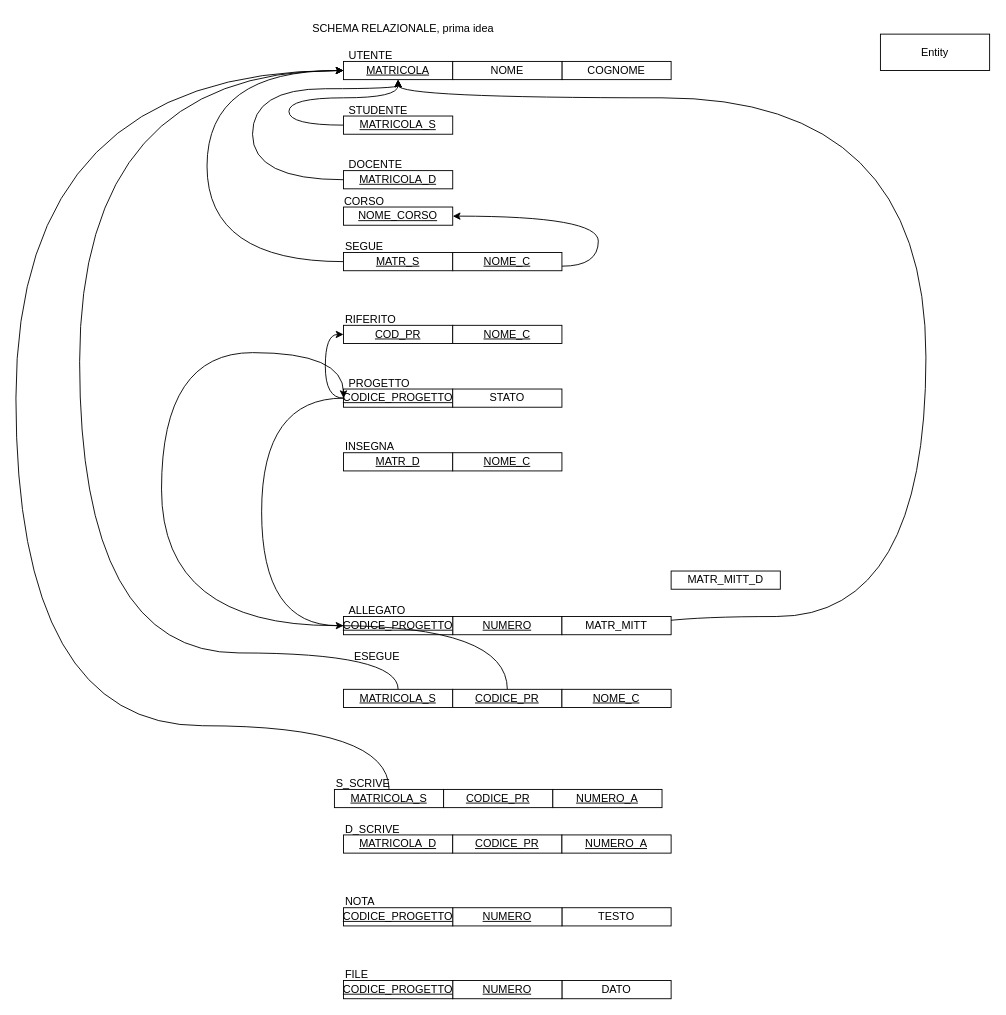
Above: page "Page-4" (4 of 4) of prisa_eer.drawio in Cippo95/prisa (draw.io), before the change. Source tidied: cells renumbered, new cells numbered last; positions are measured from the earlier drawing's top-left corner, leaving out a move shared by most shapes. Both pictures are drawn from the tidied source at 91%, with x=0, y=0 at pixel (15, 15).
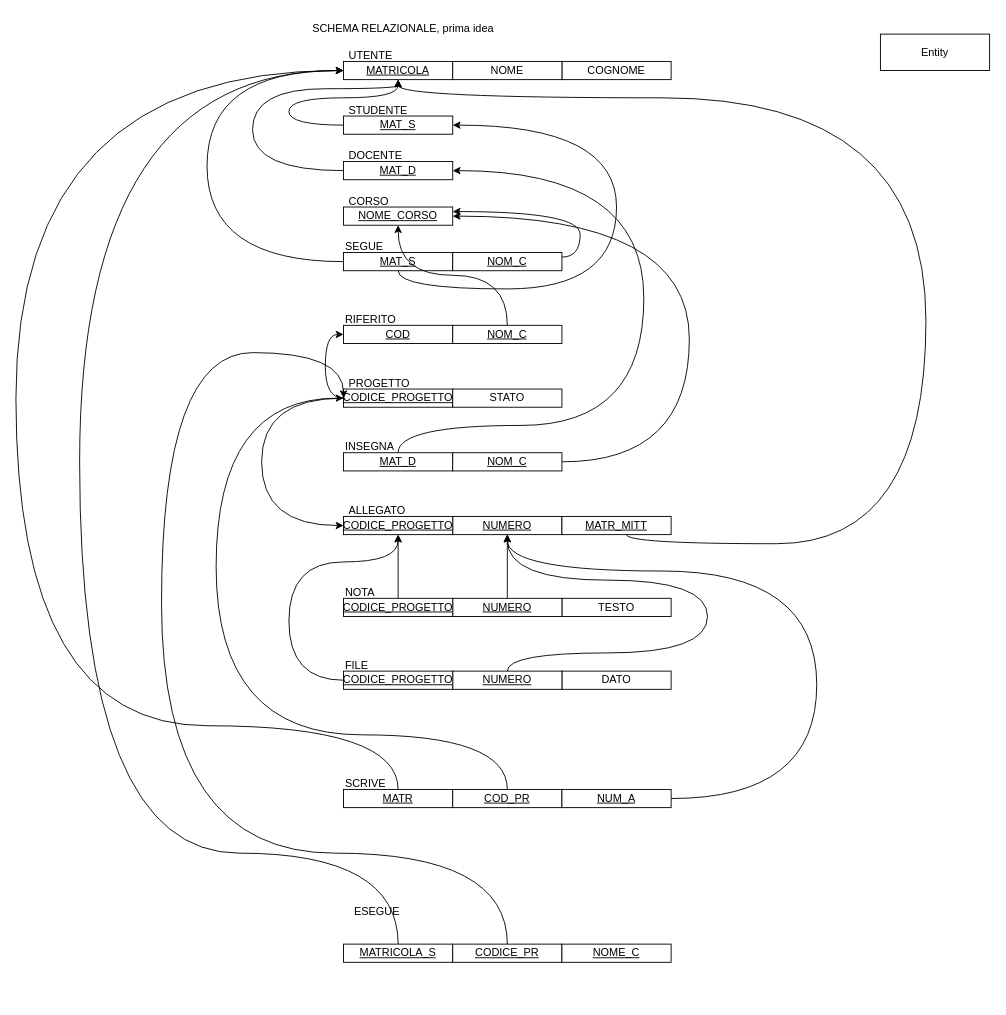
Above is the later version.

Unchanged cells that the change refers to:
```xml
<mxCell id="4" value="&lt;u&gt;MATRICOLA&lt;/u&gt;" style="whiteSpace=wrap;html=1;align=center;" parent="1" vertex="1">
  <mxGeometry x="360" y="50" width="120" height="20" as="geometry" />
</mxCell>
<mxCell id="6" value="&lt;u&gt;NOME_CORSO&lt;/u&gt;" style="whiteSpace=wrap;html=1;align=center;" parent="1" vertex="1">
  <mxGeometry x="360" y="210" width="120" height="20" as="geometry" />
</mxCell>
<mxCell id="7" value="&lt;u&gt;CODICE_PROGETTO&lt;/u&gt;" style="whiteSpace=wrap;html=1;align=center;" parent="1" vertex="1">
  <mxGeometry x="360" y="410" width="120" height="20" as="geometry" />
</mxCell>
```

Change to the diagram source:
```diff
@@
     <mxCell id="3" style="edgeStyle=orthogonalEdgeStyle;curved=1;rounded=0;jettySize=auto;html=1;startArrow=classic;startFill=1;endArrow=none;endFill=0;entryX=0.592;entryY=1;entryDx=0;entryDy=0;entryPerimeter=0;" parent="1" edge="1" source="4" target="21">
       <mxGeometry relative="1" as="geometry">
         <Array as="points">
           <mxPoint x="420" y="90" />
           <mxPoint x="1000" y="90" />
-          <mxPoint x="1000" y="660" />
-          <mxPoint x="671" y="660" />
+          <mxPoint x="1000" y="580" />
+          <mxPoint x="671" y="580" />
         </Array>
       </mxGeometry>
     </mxCell>
@@
-    <mxCell id="5" style="edgeStyle=orthogonalEdgeStyle;curved=1;rounded=0;jettySize=auto;html=1;entryX=1;entryY=0.75;entryDx=0;entryDy=0;startArrow=classic;startFill=1;endArrow=none;endFill=0;" parent="1" edge="1" source="6" target="35">
-      <mxGeometry relative="1" as="geometry">
-        <Array as="points">
-          <mxPoint x="420" y="220" />
-          <mxPoint x="640" y="220" />
-          <mxPoint x="640" y="275" />
-        </Array>
-      </mxGeometry>
-    </mxCell>
@@
     <mxCell id="8" value="&lt;u&gt;NUMERO&lt;/u&gt;" style="whiteSpace=wrap;html=1;align=center;" parent="1" vertex="1">
-      <mxGeometry x="480" y="660" width="120" height="20" as="geometry" />
+      <mxGeometry x="480" y="550" width="120" height="20" as="geometry" />
     </mxCell>
@@
     <mxCell id="11" value="CORSO" style="text;strokeColor=none;fillColor=none;spacingLeft=4;spacingRight=4;overflow=hidden;fontSize=12;" parent="1" vertex="1">
-      <mxGeometry x="355" y="190" width="70" height="20" as="geometry" />
+      <mxGeometry x="360" y="190" width="70" height="20" as="geometry" />
     </mxCell>
@@
     <mxCell id="13" value="ALLEGATO" style="text;strokeColor=none;fillColor=none;spacingLeft=4;spacingRight=4;overflow=hidden;fontSize=12;" parent="1" vertex="1">
-      <mxGeometry x="360" y="640" width="80" height="30" as="geometry" />
+      <mxGeometry x="360" y="530" width="80" height="30" as="geometry" />
     </mxCell>
@@
     <mxCell id="15" value="&lt;u&gt;CODICE_PROGETTO&lt;/u&gt;" style="whiteSpace=wrap;html=1;align=center;" parent="1" vertex="1">
-      <mxGeometry x="360" y="660" width="120" height="20" as="geometry" />
+      <mxGeometry x="360" y="550" width="120" height="20" as="geometry" />
     </mxCell>
+    <mxCell id="61" style="edgeStyle=orthogonalEdgeStyle;curved=1;rounded=0;jettySize=auto;html=1;entryX=1;entryY=0.5;entryDx=0;entryDy=0;endSize=6;" parent="1" edge="1" source="16" target="56">
+      <mxGeometry relative="1" as="geometry">
+        <Array as="points">
+          <mxPoint x="420" y="300" />
+          <mxPoint x="660" y="300" />
+          <mxPoint x="660" y="120" />
+        </Array>
+      </mxGeometry>
+    </mxCell>
-    <mxCell id="16" value="&lt;u&gt;MATR_S&lt;/u&gt;" style="whiteSpace=wrap;html=1;align=center;" parent="1" vertex="1">
+    <mxCell id="16" value="&lt;u&gt;MAT_S&lt;/u&gt;" style="whiteSpace=wrap;html=1;align=center;" parent="1" vertex="1">
       <mxGeometry x="360" y="260" width="120" height="20" as="geometry" />
     </mxCell>
+    <mxCell id="62" style="edgeStyle=orthogonalEdgeStyle;curved=1;rounded=0;jettySize=auto;html=1;entryX=1;entryY=0.5;entryDx=0;entryDy=0;endSize=6;" parent="1" edge="1" source="17" target="59">
+      <mxGeometry relative="1" as="geometry">
+        <Array as="points">
+          <mxPoint x="420" y="450" />
+          <mxPoint x="690" y="450" />
+          <mxPoint x="690" y="170" />
+        </Array>
+      </mxGeometry>
+    </mxCell>
-    <mxCell id="17" value="&lt;u&gt;MATR_D&lt;/u&gt;" style="whiteSpace=wrap;html=1;align=center;" parent="1" vertex="1">
+    <mxCell id="17" value="&lt;u&gt;MAT_D&lt;/u&gt;" style="whiteSpace=wrap;html=1;align=center;" parent="1" vertex="1">
       <mxGeometry x="360" y="480" width="120" height="20" as="geometry" />
     </mxCell>
@@
-    <mxCell id="19" value="&lt;u&gt;COD_PR&lt;/u&gt;" style="whiteSpace=wrap;html=1;align=center;" parent="1" vertex="1">
+    <mxCell id="19" value="&lt;u&gt;COD&lt;/u&gt;" style="whiteSpace=wrap;html=1;align=center;" parent="1" vertex="1">
       <mxGeometry x="360" y="340" width="120" height="20" as="geometry" />
     </mxCell>
@@
-    <mxCell id="21" value="MATR_MITT" style="whiteSpace=wrap;html=1;align=center;" parent="1" vertex="1">
-      <mxGeometry x="600" y="660" width="120" height="20" as="geometry" />
+    <mxCell id="21" value="&lt;u&gt;MATR_MITT&lt;/u&gt;" style="whiteSpace=wrap;html=1;align=center;" parent="1" vertex="1">
+      <mxGeometry x="600" y="550" width="120" height="20" as="geometry" />
     </mxCell>
@@
     <mxCell id="28" style="edgeStyle=orthogonalEdgeStyle;curved=1;rounded=0;jettySize=auto;html=1;entryX=0;entryY=0.5;entryDx=0;entryDy=0;" parent="1" edge="1" source="29" target="4">
       <mxGeometry relative="1" as="geometry">
         <Array as="points">
-          <mxPoint x="70" y="700" />
+          <mxPoint x="420" y="920" />
+          <mxPoint x="70" y="920" />
           <mxPoint x="70" y="60" />
         </Array>
       </mxGeometry>
     </mxCell>
     <mxCell id="29" value="&lt;u&gt;MATRICOLA_S&lt;/u&gt;" style="whiteSpace=wrap;html=1;align=center;" parent="1" vertex="1">
-      <mxGeometry x="360" y="740" width="120" height="20" as="geometry" />
+      <mxGeometry x="360" y="1020" width="120" height="20" as="geometry" />
     </mxCell>
     <mxCell id="30" value="ESEGUE" style="text;whiteSpace=wrap;html=1;" parent="1" vertex="1">
-      <mxGeometry x="370" y="690" width="60" height="20" as="geometry" />
+      <mxGeometry x="370" y="970" width="60" height="20" as="geometry" />
     </mxCell>
@@
-    <mxCell id="32" value="&lt;u&gt;MATRICOLA_S&lt;/u&gt;" style="whiteSpace=wrap;html=1;align=center;" parent="1" vertex="1">
-      <mxGeometry x="350" y="850" width="120" height="20" as="geometry" />
+    <mxCell id="32" value="&lt;u&gt;MATR&lt;/u&gt;" style="whiteSpace=wrap;html=1;align=center;" parent="1" vertex="1">
+      <mxGeometry x="360" y="850" width="120" height="20" as="geometry" />
     </mxCell>
-    <mxCell id="33" value="S_SCRIVE" style="text;whiteSpace=wrap;html=1;" parent="1" vertex="1">
-      <mxGeometry x="350" y="830" width="70" height="20" as="geometry" />
+    <mxCell id="33" value="SCRIVE" style="text;whiteSpace=wrap;html=1;" parent="1" vertex="1">
+      <mxGeometry x="360" y="830" width="70" height="20" as="geometry" />
     </mxCell>
-    <mxCell id="34" value="D_SCRIVE" style="text;whiteSpace=wrap;html=1;" parent="1" vertex="1">
-      <mxGeometry x="360" y="880" width="70" height="20" as="geometry" />
-    </mxCell>
+    <mxCell id="63" style="edgeStyle=orthogonalEdgeStyle;curved=1;rounded=0;jettySize=auto;html=1;exitX=1;exitY=0.25;exitDx=0;exitDy=0;entryX=1;entryY=0.25;entryDx=0;entryDy=0;endSize=6;" parent="1" edge="1" source="35" target="6">
+      <mxGeometry relative="1" as="geometry" />
+    </mxCell>
-    <mxCell id="35" value="&lt;u&gt;NOME_C&lt;/u&gt;" style="whiteSpace=wrap;html=1;align=center;" parent="1" vertex="1">
+    <mxCell id="35" value="&lt;u&gt;NOM_C&lt;/u&gt;" style="whiteSpace=wrap;html=1;align=center;" parent="1" vertex="1">
       <mxGeometry x="480" y="260" width="120" height="20" as="geometry" />
     </mxCell>
+    <mxCell id="64" style="edgeStyle=orthogonalEdgeStyle;curved=1;rounded=0;jettySize=auto;html=1;entryX=0.5;entryY=1;entryDx=0;entryDy=0;endSize=6;" parent="1" edge="1" source="36" target="6">
+      <mxGeometry relative="1" as="geometry" />
+    </mxCell>
-    <mxCell id="36" value="&lt;u&gt;NOME_C&lt;/u&gt;" style="whiteSpace=wrap;html=1;align=center;" parent="1" vertex="1">
+    <mxCell id="36" value="&lt;u&gt;NOM_C&lt;/u&gt;" style="whiteSpace=wrap;html=1;align=center;" parent="1" vertex="1">
       <mxGeometry x="480" y="340" width="120" height="20" as="geometry" />
     </mxCell>
+    <mxCell id="65" style="edgeStyle=orthogonalEdgeStyle;curved=1;rounded=0;jettySize=auto;html=1;entryX=1;entryY=0.5;entryDx=0;entryDy=0;endSize=6;" parent="1" edge="1" source="37" target="6">
+      <mxGeometry relative="1" as="geometry">
+        <Array as="points">
+          <mxPoint x="740" y="490" />
+          <mxPoint x="740" y="220" />
+        </Array>
+      </mxGeometry>
+    </mxCell>
-    <mxCell id="37" value="&lt;u&gt;NOME_C&lt;/u&gt;" style="whiteSpace=wrap;html=1;align=center;" parent="1" vertex="1">
+    <mxCell id="37" value="&lt;u&gt;NOM_C&lt;/u&gt;" style="whiteSpace=wrap;html=1;align=center;" parent="1" vertex="1">
       <mxGeometry x="480" y="480" width="120" height="20" as="geometry" />
     </mxCell>
     <mxCell id="38" style="edgeStyle=orthogonalEdgeStyle;curved=1;rounded=0;jettySize=auto;html=1;entryX=0;entryY=0.5;entryDx=0;entryDy=0;" parent="1" edge="1" source="39" target="7">
       <mxGeometry relative="1" as="geometry">
         <Array as="points">
-          <mxPoint x="540" y="670" />
-          <mxPoint x="160" y="670" />
+          <mxPoint x="540" y="920" />
+          <mxPoint x="160" y="920" />
           <mxPoint x="160" y="370" />
+          <mxPoint x="360" y="370" />
         </Array>
       </mxGeometry>
     </mxCell>
     <mxCell id="39" value="&lt;u&gt;CODICE_PR&lt;/u&gt;" style="whiteSpace=wrap;html=1;align=center;" parent="1" vertex="1">
-      <mxGeometry x="480" y="740" width="120" height="20" as="geometry" />
+      <mxGeometry x="480" y="1020" width="120" height="20" as="geometry" />
     </mxCell>
     <mxCell id="40" value="&lt;u&gt;NOME_C&lt;/u&gt;" style="whiteSpace=wrap;html=1;align=center;" parent="1" vertex="1">
-      <mxGeometry x="600" y="740" width="120" height="20" as="geometry" />
+      <mxGeometry x="600" y="1020" width="120" height="20" as="geometry" />
     </mxCell>
+    <mxCell id="66" style="edgeStyle=orthogonalEdgeStyle;curved=1;rounded=0;jettySize=auto;html=1;endSize=6;" parent="1" edge="1" source="41" target="7">
+      <mxGeometry relative="1" as="geometry">
+        <Array as="points">
+          <mxPoint x="540" y="790" />
+          <mxPoint x="220" y="790" />
+          <mxPoint x="220" y="420" />
+        </Array>
+      </mxGeometry>
+    </mxCell>
-    <mxCell id="41" value="&lt;u&gt;CODICE_PR&lt;/u&gt;" style="whiteSpace=wrap;html=1;align=center;" parent="1" vertex="1">
-      <mxGeometry x="470" y="850" width="120" height="20" as="geometry" />
+    <mxCell id="41" value="&lt;u&gt;COD_PR&lt;/u&gt;" style="whiteSpace=wrap;html=1;align=center;" parent="1" vertex="1">
+      <mxGeometry x="480" y="850" width="120" height="20" as="geometry" />
     </mxCell>
+    <mxCell id="67" style="edgeStyle=orthogonalEdgeStyle;curved=1;rounded=0;jettySize=auto;html=1;entryX=0.5;entryY=1;entryDx=0;entryDy=0;endSize=6;" parent="1" edge="1" source="42" target="8">
+      <mxGeometry relative="1" as="geometry">
+        <Array as="points">
+          <mxPoint x="880" y="860" />
+          <mxPoint x="880" y="610" />
+          <mxPoint x="540" y="610" />
+        </Array>
+      </mxGeometry>
+    </mxCell>
-    <mxCell id="42" value="&lt;u&gt;NUMERO_A&lt;/u&gt;" style="whiteSpace=wrap;html=1;align=center;" parent="1" vertex="1">
-      <mxGeometry x="590" y="850" width="120" height="20" as="geometry" />
+    <mxCell id="42" value="&lt;u&gt;NUM_A&lt;/u&gt;" style="whiteSpace=wrap;html=1;align=center;" parent="1" vertex="1">
+      <mxGeometry x="600" y="850" width="120" height="20" as="geometry" />
     </mxCell>
-    <mxCell id="43" value="&lt;u&gt;MATRICOLA_D&lt;/u&gt;" style="whiteSpace=wrap;html=1;align=center;" parent="1" vertex="1">
-      <mxGeometry x="360" y="900" width="120" height="20" as="geometry" />
-    </mxCell>
-    <mxCell id="44" value="&lt;u&gt;CODICE_PR&lt;/u&gt;" style="whiteSpace=wrap;html=1;align=center;" parent="1" vertex="1">
-      <mxGeometry x="480" y="900" width="120" height="20" as="geometry" />
-    </mxCell>
-    <mxCell id="45" value="&lt;u&gt;NUMERO_A&lt;/u&gt;" style="whiteSpace=wrap;html=1;align=center;" parent="1" vertex="1">
-      <mxGeometry x="600" y="900" width="120" height="20" as="geometry" />
-    </mxCell>
     <mxCell id="46" value="NOTA" style="text;whiteSpace=wrap;html=1;" parent="1" vertex="1">
-      <mxGeometry x="360" y="960" width="40" height="20" as="geometry" />
+      <mxGeometry x="360" y="620" width="40" height="20" as="geometry" />
     </mxCell>
     <mxCell id="47" value="TESTO" style="whiteSpace=wrap;html=1;align=center;" parent="1" vertex="1">
-      <mxGeometry x="600" y="980" width="120" height="20" as="geometry" />
+      <mxGeometry x="600" y="640" width="120" height="20" as="geometry" />
     </mxCell>
     <mxCell id="48" value="FILE" style="text;whiteSpace=wrap;html=1;" parent="1" vertex="1">
-      <mxGeometry x="360" y="1040" width="30" height="20" as="geometry" />
+      <mxGeometry x="360" y="700" width="30" height="20" as="geometry" />
     </mxCell>
     <mxCell id="49" value="DATO" style="whiteSpace=wrap;html=1;align=center;" parent="1" vertex="1">
-      <mxGeometry x="600" y="1060" width="120" height="20" as="geometry" />
+      <mxGeometry x="600" y="720" width="120" height="20" as="geometry" />
     </mxCell>
+    <mxCell id="68" style="edgeStyle=orthogonalEdgeStyle;curved=1;rounded=0;jettySize=auto;html=1;entryX=0.5;entryY=1;entryDx=0;entryDy=0;endSize=6;" parent="1" edge="1" source="50" target="8">
+      <mxGeometry relative="1" as="geometry" />
+    </mxCell>
     <mxCell id="50" value="&lt;u&gt;NUMERO&lt;/u&gt;" style="whiteSpace=wrap;html=1;align=center;" parent="1" vertex="1">
-      <mxGeometry x="480" y="980" width="120" height="20" as="geometry" />
+      <mxGeometry x="480" y="640" width="120" height="20" as="geometry" />
     </mxCell>
+    <mxCell id="69" style="edgeStyle=orthogonalEdgeStyle;curved=1;rounded=0;jettySize=auto;html=1;endSize=6;" parent="1" edge="1" source="51">
+      <mxGeometry relative="1" as="geometry">
+        <mxPoint x="420" y="570" as="targetPoint" />
+      </mxGeometry>
+    </mxCell>
     <mxCell id="51" value="&lt;u&gt;CODICE_PROGETTO&lt;/u&gt;" style="whiteSpace=wrap;html=1;align=center;" parent="1" vertex="1">
-      <mxGeometry x="360" y="980" width="120" height="20" as="geometry" />
+      <mxGeometry x="360" y="640" width="120" height="20" as="geometry" />
     </mxCell>
+    <mxCell id="70" style="edgeStyle=orthogonalEdgeStyle;curved=1;rounded=0;jettySize=auto;html=1;endSize=6;" parent="1" edge="1" source="52">
+      <mxGeometry relative="1" as="geometry">
+        <mxPoint x="540" y="570" as="targetPoint" />
+        <Array as="points">
+          <mxPoint x="540" y="700" />
+          <mxPoint x="760" y="700" />
+          <mxPoint x="760" y="620" />
+          <mxPoint x="540" y="620" />
+        </Array>
+      </mxGeometry>
+    </mxCell>
     <mxCell id="52" value="&lt;u&gt;NUMERO&lt;/u&gt;" style="whiteSpace=wrap;html=1;align=center;" parent="1" vertex="1">
-      <mxGeometry x="480" y="1060" width="120" height="20" as="geometry" />
+      <mxGeometry x="480" y="720" width="120" height="20" as="geometry" />
     </mxCell>
+    <mxCell id="71" style="edgeStyle=orthogonalEdgeStyle;curved=1;rounded=0;jettySize=auto;html=1;endSize=6;" parent="1" edge="1" source="53">
+      <mxGeometry relative="1" as="geometry">
+        <mxPoint x="420" y="570" as="targetPoint" />
+        <Array as="points">
+          <mxPoint x="300" y="730" />
+          <mxPoint x="300" y="600" />
+          <mxPoint x="420" y="600" />
+        </Array>
+      </mxGeometry>
+    </mxCell>
     <mxCell id="53" value="&lt;u&gt;CODICE_PROGETTO&lt;/u&gt;" style="whiteSpace=wrap;html=1;align=center;" parent="1" vertex="1">
-      <mxGeometry x="360" y="1060" width="120" height="20" as="geometry" />
+      <mxGeometry x="360" y="720" width="120" height="20" as="geometry" />
     </mxCell>
-    <mxCell id="54" value="MATR_MITT_D" style="whiteSpace=wrap;html=1;align=center;" parent="1" vertex="1">
-      <mxGeometry x="720" y="610" width="120" height="20" as="geometry" />
-    </mxCell>
@@
-    <mxCell id="56" value="&lt;u&gt;MATRICOLA_S&lt;/u&gt;" style="whiteSpace=wrap;html=1;align=center;" parent="1" vertex="1">
+    <mxCell id="56" value="&lt;u&gt;MAT_S&lt;/u&gt;" style="whiteSpace=wrap;html=1;align=center;" parent="1" vertex="1">
       <mxGeometry x="360" y="110" width="120" height="20" as="geometry" />
     </mxCell>
@@
-    <mxCell id="58" style="edgeStyle=orthogonalEdgeStyle;curved=1;rounded=0;jettySize=auto;html=1;entryX=0.5;entryY=1;entryDx=0;entryDy=0;endSize=6;" parent="1" edge="1" source="59" target="4">
+    <mxCell id="58" style="edgeStyle=orthogonalEdgeStyle;curved=1;rounded=0;jettySize=auto;html=1;entryX=0.5;entryY=1;entryDx=0;entryDy=0;endSize=6;exitX=0;exitY=0.5;exitDx=0;exitDy=0;" parent="1" edge="1" source="59" target="4">
       <mxGeometry relative="1" as="geometry">
         <Array as="points">
-          <mxPoint x="260" y="180" />
+          <mxPoint x="260" y="170" />
           <mxPoint x="260" y="80" />
           <mxPoint x="420" y="80" />
         </Array>
       </mxGeometry>
     </mxCell>
-    <mxCell id="59" value="&lt;u&gt;MATRICOLA_D&lt;/u&gt;" style="whiteSpace=wrap;html=1;align=center;" parent="1" vertex="1">
-      <mxGeometry x="360" y="170" width="120" height="20" as="geometry" />
+    <mxCell id="59" value="&lt;u&gt;MAT_D&lt;/u&gt;" style="whiteSpace=wrap;html=1;align=center;" parent="1" vertex="1">
+      <mxGeometry x="360" y="160" width="120" height="20" as="geometry" />
     </mxCell>
     <mxCell id="60" value="DOCENTE" style="text;strokeColor=none;fillColor=none;spacingLeft=4;spacingRight=4;overflow=hidden;fontSize=12;" parent="1" vertex="1">
-      <mxGeometry x="360" y="150" width="80" height="20" as="geometry" />
+      <mxGeometry x="360" y="140" width="80" height="20" as="geometry" />
     </mxCell>
```
